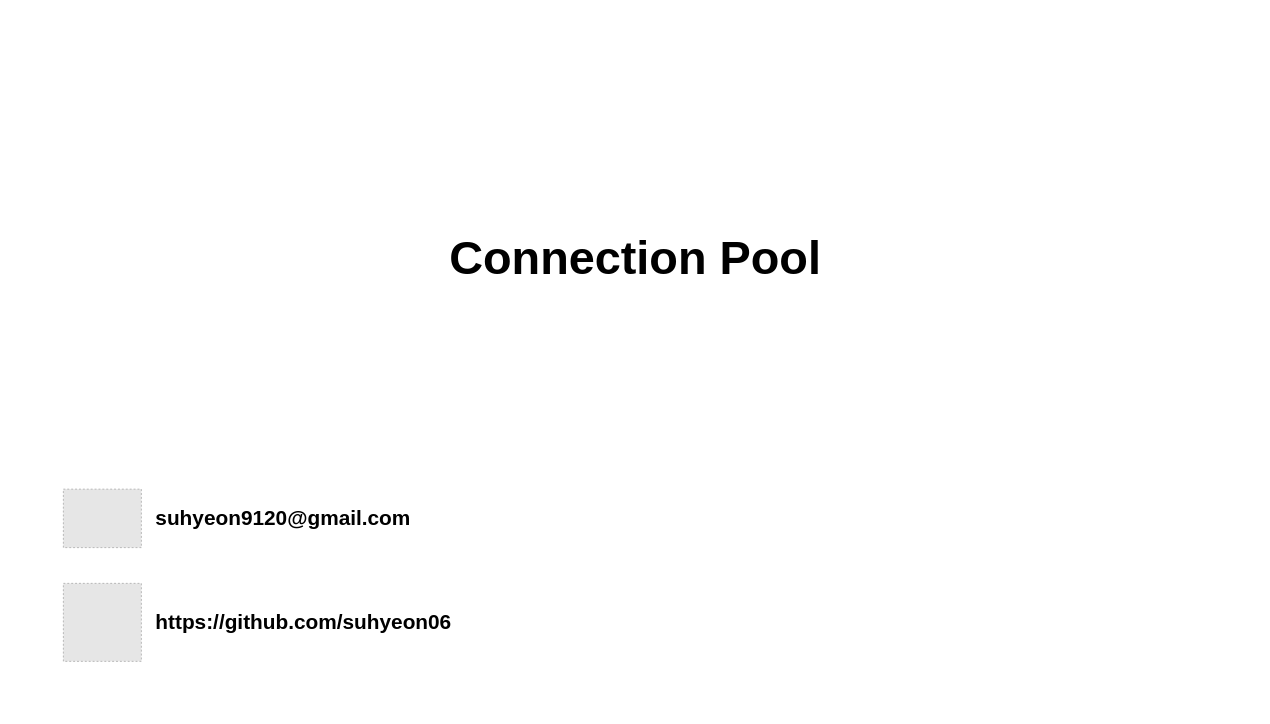
Study-Diary/Computer-Science keeps this draw.io diagram as page "이수현" (4 of 4) of 썸네일.drawio. Above is the earlier version. Source tidied: cells renumbered, new cells numbered last; positions are measured from the earlier drawing's top-left corner, leaving out a move shared by most shapes. Both pictures are drawn from the tidied source at 65%, with x=0, y=0 at pixel (11, 11). Pictures stored in the file or linked from it are replaced by grey dashed boxes.
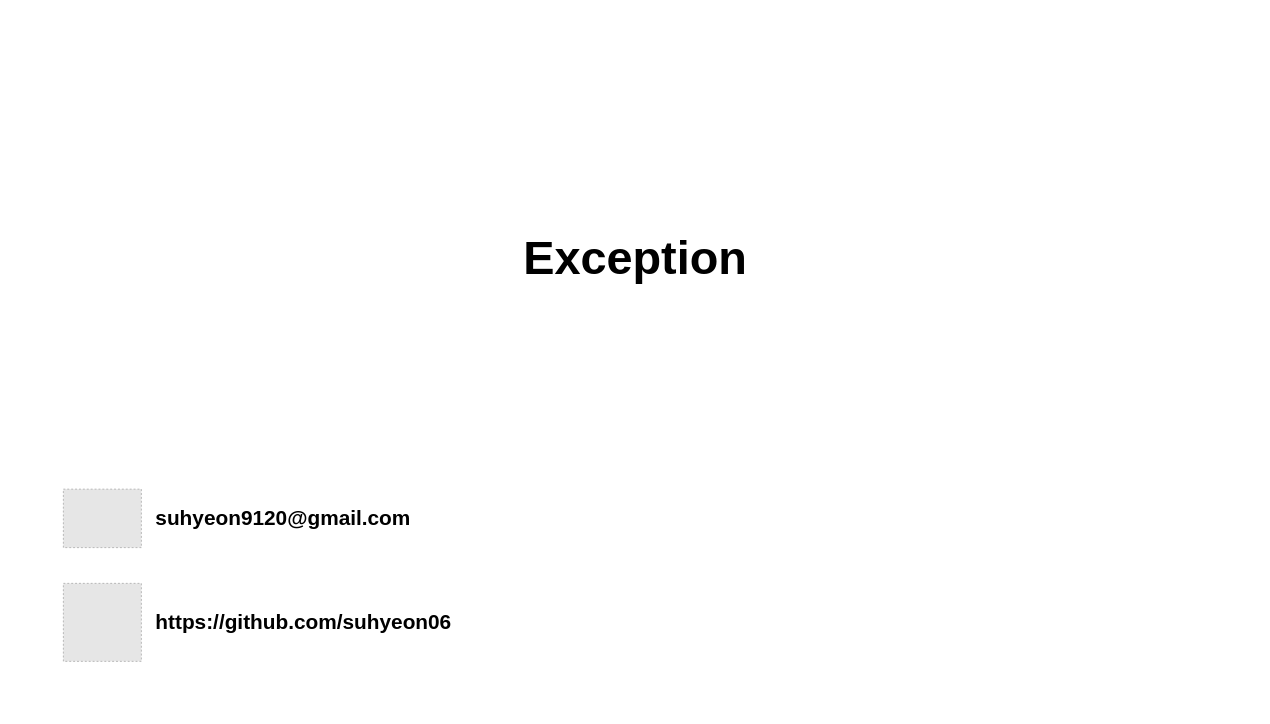
Above is the later version.

What changed in the source:
```diff
@@
 <mxGraphModel>
   <root>
     <mxCell id="0" />
     <mxCell id="1" parent="0" />
     <mxCell id="2" style="rounded=0;whiteSpace=wrap;html=1;fillColor=#FFFFFF;strokeColor=none;" parent="1" vertex="1">
       <mxGeometry width="1920" height="1080" as="geometry" />
     </mxCell>
     <mxCell id="3" style="group;" parent="1" vertex="1">
       <mxGeometry x="80" y="720" width="120" height="120" as="geometry" />
     </mxCell>
     <mxCell id="4" style="fillColor=#E6E6E6;strokeColor=#999999;dashed=1;verticalLabelPosition=bottom;labelBackgroundColor=default;verticalAlign=top;" parent="3" vertex="1">
       <mxGeometry y="15" width="120" height="90" as="geometry" />
     </mxCell>
     <mxCell id="5" style="rounded=0;whiteSpace=wrap;html=1;fillColor=none;strokeColor=none;" parent="3" vertex="1">
       <mxGeometry width="120" height="120" as="geometry" />
     </mxCell>
     <mxCell id="6" style="fillColor=#E6E6E6;strokeColor=#999999;dashed=1;verticalLabelPosition=bottom;labelBackgroundColor=default;verticalAlign=top;" parent="1" vertex="1">
       <mxGeometry x="80" y="880" width="120" height="120" as="geometry" />
     </mxCell>
     <mxCell id="7" value="suhyeon9120@gmail.com" style="text;html=1;align=left;verticalAlign=middle;whiteSpace=wrap;rounded=0;fontSize=32;fontColor=#000000;fontStyle=1;" parent="1" vertex="1">
       <mxGeometry x="220" y="740" width="500" height="80" as="geometry" />
     </mxCell>
     <mxCell id="8" value="https://github.com/suhyeon06" style="text;html=1;align=left;verticalAlign=middle;whiteSpace=wrap;rounded=0;fontSize=32;fontColor=#000000;fontStyle=1;" parent="1" vertex="1">
       <mxGeometry x="220" y="900" width="500" height="80" as="geometry" />
     </mxCell>
-    <mxCell id="9" value="Connection Pool" style="text;html=1;align=center;verticalAlign=middle;whiteSpace=wrap;rounded=0;fontSize=72;fontFamily=Pretendard;fontColor=#000000;fontStyle=1;" parent="1" vertex="1">
+    <mxCell id="9" value="Exception" style="text;html=1;align=center;verticalAlign=middle;whiteSpace=wrap;rounded=0;fontSize=72;fontFamily=Pretendard;fontColor=#000000;fontStyle=1;" parent="1" vertex="1">
       <mxGeometry x="200" y="320" width="1520" height="120" as="geometry" />
     </mxCell>
   </root>
 </mxGraphModel>
```
